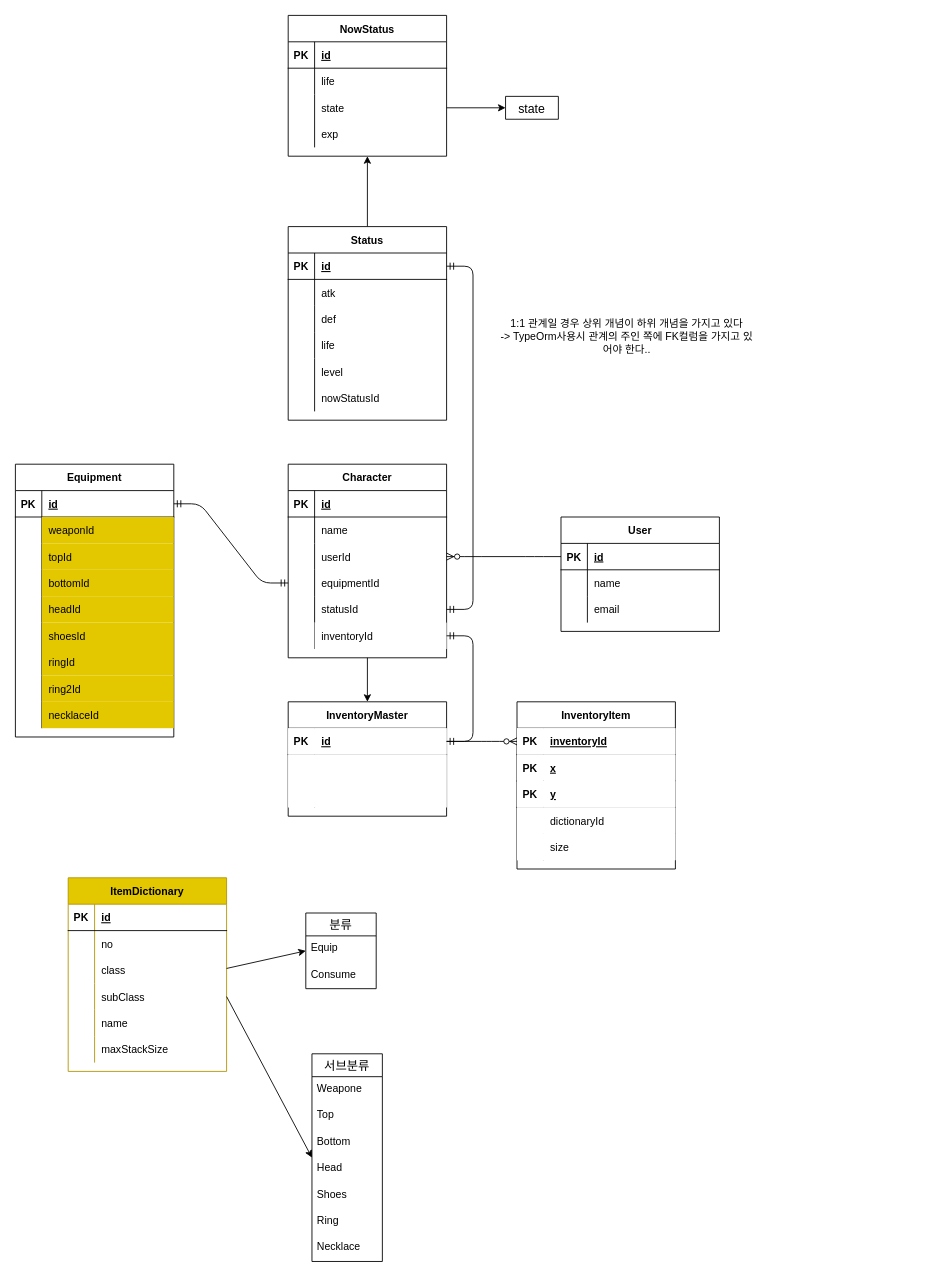
Earlier version of the draw.io diagram page "테이블" (2 of 2) of doc/설계_마인드맵.drawio (tjsahr0099/dev). Source tidied: cells renumbered, new cells numbered last; positions are measured from the earlier drawing's top-left corner, leaving out a move shared by most shapes. Both pictures are drawn from the tidied source at 88%, with x=0, y=0 at pixel (15, 15).
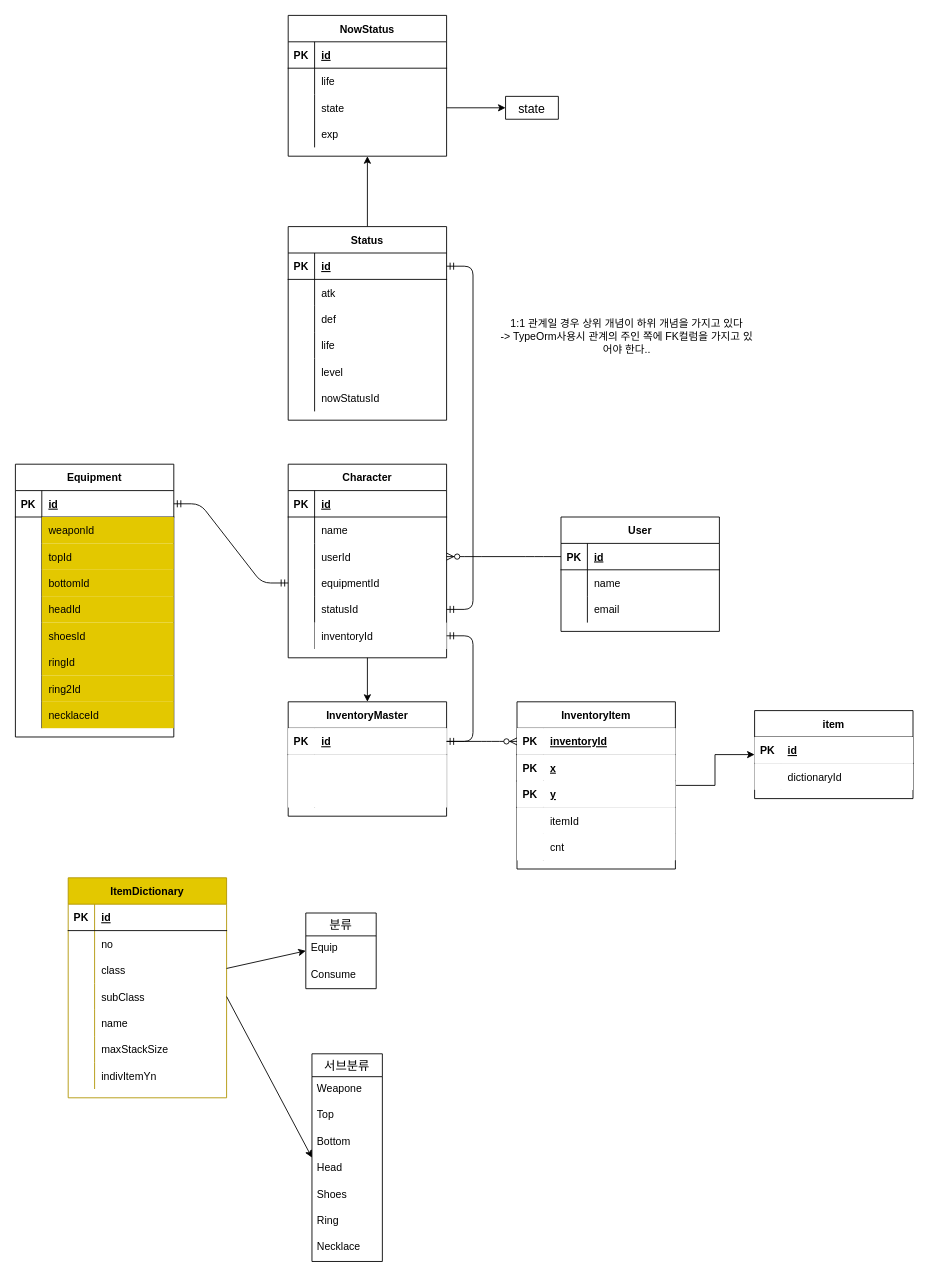
After the change.

The change refers to these unchanged cells:
```xml
<mxCell id="109" value="InventoryItem" style="shape=table;startSize=30;childLayout=tableLayout;rowLines=0;fontStyle=1;align=center;" parent="1" vertex="1">
  <mxGeometry x="570" y="780" width="180" height="190" as="geometry" />
</mxCell>
<mxCell id="119" style="shape=partialRectangle;top=0;left=0;bottom=0;right=0;" parent="109" vertex="1">
  <mxGeometry y="120" width="180" height="30" as="geometry" />
</mxCell>
<mxCell id="122" style="shape=partialRectangle;top=0;left=0;bottom=0;right=0;" parent="109" vertex="1">
  <mxGeometry y="150" width="180" height="30" as="geometry" />
</mxCell>
```

Change to the diagram source:
```diff
@@
+    <mxCell id="159" style="edgeStyle=orthogonalEdgeStyle;rounded=0;jettySize=auto;html=1;" parent="1" edge="1" source="109" target="163">
+      <mxGeometry relative="1" as="geometry" />
+    </mxCell>
@@
-    <mxCell id="121" value="dictionaryId" style="shape=partialRectangle;top=0;left=0;bottom=0;right=0;align=left;spacingLeft=6;overflow=hidden;" parent="119" vertex="1">
+    <mxCell id="121" value="itemId" style="shape=partialRectangle;top=0;left=0;bottom=0;right=0;align=left;spacingLeft=6;overflow=hidden;" parent="119" vertex="1">
       <mxGeometry x="30" width="150" height="30" as="geometry" />
     </mxCell>
@@
-    <mxCell id="124" value="size" style="shape=partialRectangle;top=0;left=0;bottom=0;right=0;align=left;spacingLeft=6;overflow=hidden;" parent="122" vertex="1">
+    <mxCell id="124" value="cnt" style="shape=partialRectangle;top=0;left=0;bottom=0;right=0;align=left;spacingLeft=6;overflow=hidden;" parent="122" vertex="1">
       <mxGeometry x="30" width="150" height="30" as="geometry" />
     </mxCell>
@@
     <mxCell id="127" value="ItemDictionary" style="shape=table;startSize=30;childLayout=tableLayout;rowLines=0;fontStyle=1;align=center;fillColor=#e3c800;strokeColor=#B09500;fontColor=#000000;" parent="1" vertex="1">
-      <mxGeometry x="60" y="980" width="180" height="220" as="geometry" />
+      <mxGeometry x="60" y="980" width="180" height="250" as="geometry" />
     </mxCell>
@@
+    <mxCell id="160" style="shape=partialRectangle;fillColor=none;top=0;left=0;bottom=0;right=0;" parent="127" vertex="1">
+      <mxGeometry y="180" width="180" height="30" as="geometry" />
+    </mxCell>
+    <mxCell id="161" style="shape=partialRectangle;fillColor=none;top=0;left=0;bottom=0;right=0;overflow=hidden;" parent="160" vertex="1">
+      <mxGeometry width="30" height="30" as="geometry" />
+    </mxCell>
+    <mxCell id="162" value="maxStackSize" style="shape=partialRectangle;fillColor=none;top=0;left=0;bottom=0;right=0;align=left;spacingLeft=6;overflow=hidden;" parent="160" vertex="1">
+      <mxGeometry x="30" width="150" height="30" as="geometry" />
+    </mxCell>
     <mxCell id="143" style="shape=partialRectangle;fillColor=none;top=0;left=0;bottom=0;right=0;" parent="127" vertex="1">
-      <mxGeometry y="180" width="180" height="30" as="geometry" />
+      <mxGeometry y="210" width="180" height="30" as="geometry" />
     </mxCell>
@@
-    <mxCell id="145" value="maxStackSize" style="shape=partialRectangle;fillColor=none;top=0;left=0;bottom=0;right=0;align=left;spacingLeft=6;overflow=hidden;" parent="143" vertex="1">
+    <mxCell id="145" value="indivItemYn" style="shape=partialRectangle;fillColor=none;top=0;left=0;bottom=0;right=0;align=left;spacingLeft=6;overflow=hidden;" parent="143" vertex="1">
       <mxGeometry x="30" width="150" height="30" as="geometry" />
     </mxCell>
@@
+    <mxCell id="163" value="item" style="shape=table;startSize=30;childLayout=tableLayout;rowLines=0;fontStyle=1;align=center;" parent="1" vertex="1">
+      <mxGeometry x="840" y="790" width="180" height="100" as="geometry" />
+    </mxCell>
+    <mxCell id="164" style="shape=partialRectangle;top=0;left=0;bottom=1;right=0;" parent="163" vertex="1">
+      <mxGeometry y="30" width="180" height="30" as="geometry" />
+    </mxCell>
+    <mxCell id="165" value="PK" style="shape=partialRectangle;top=0;left=0;bottom=0;right=0;fontStyle=1;overflow=hidden;" parent="164" vertex="1">
+      <mxGeometry width="30" height="30" as="geometry" />
+    </mxCell>
+    <mxCell id="166" value="id" style="shape=partialRectangle;top=0;left=0;bottom=0;right=0;align=left;spacingLeft=6;fontStyle=5;overflow=hidden;" parent="164" vertex="1">
+      <mxGeometry x="30" width="150" height="30" as="geometry" />
+    </mxCell>
+    <mxCell id="167" style="shape=partialRectangle;top=0;left=0;bottom=0;right=0;" parent="163" vertex="1">
+      <mxGeometry y="60" width="180" height="30" as="geometry" />
+    </mxCell>
+    <mxCell id="168" style="shape=partialRectangle;top=0;left=0;bottom=0;right=0;overflow=hidden;" parent="167" vertex="1">
+      <mxGeometry width="30" height="30" as="geometry" />
+    </mxCell>
+    <mxCell id="169" value="dictionaryId" style="shape=partialRectangle;top=0;left=0;bottom=0;right=0;align=left;spacingLeft=6;overflow=hidden;" parent="167" vertex="1">
+      <mxGeometry x="30" width="150" height="30" as="geometry" />
+    </mxCell>
```
